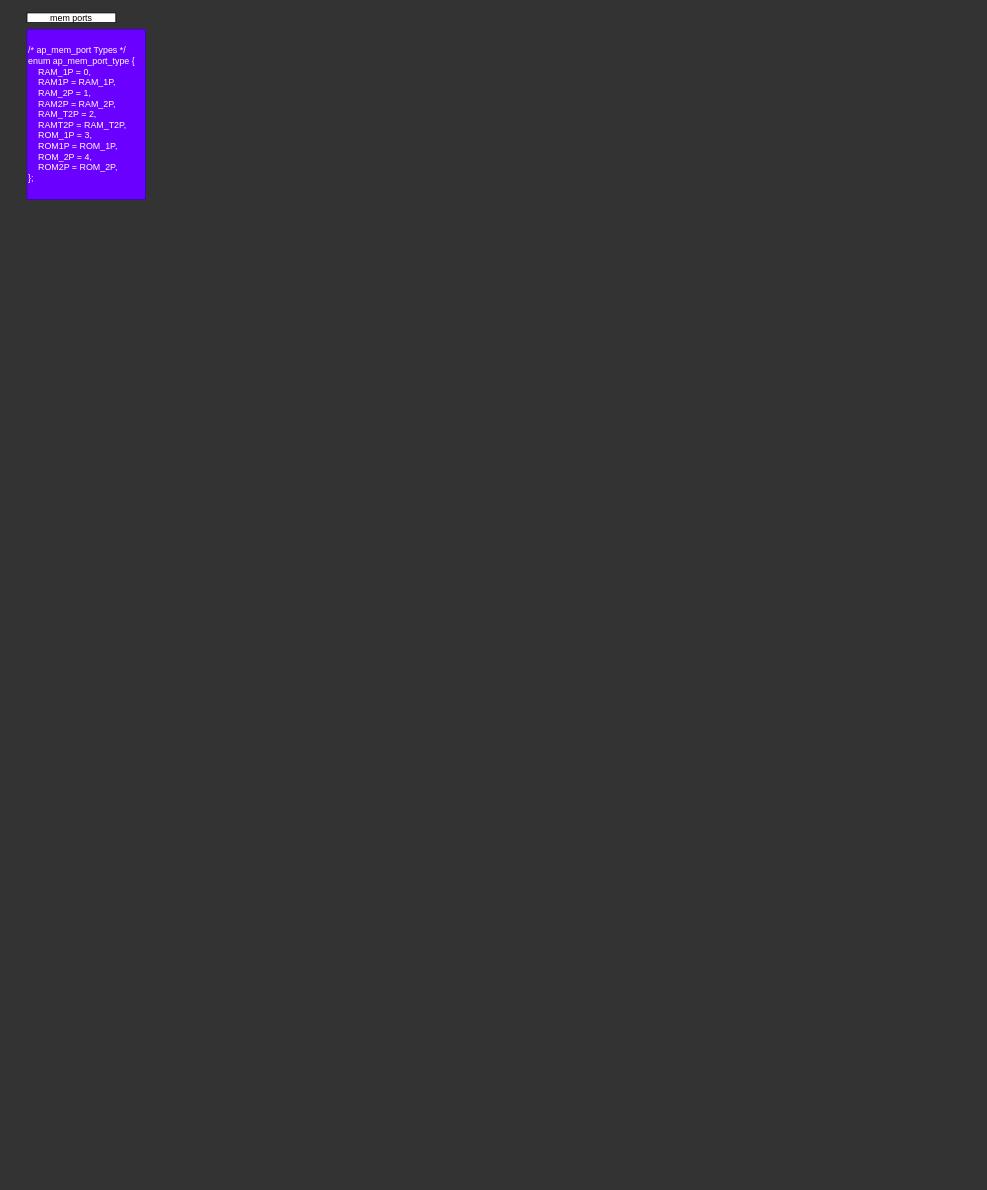
Above: page "ethash_kernel" (1 of 2) of ap_memport.drawio in svija/FPGA_Mining_AWS (draw.io), before the change. Source tidied: cells renumbered, new cells numbered last; positions are measured from the earlier drawing's top-left corner, leaving out a move shared by most shapes. Both pictures are drawn from the tidied source at 74%, with x=0, y=0 at pixel (27, 13).
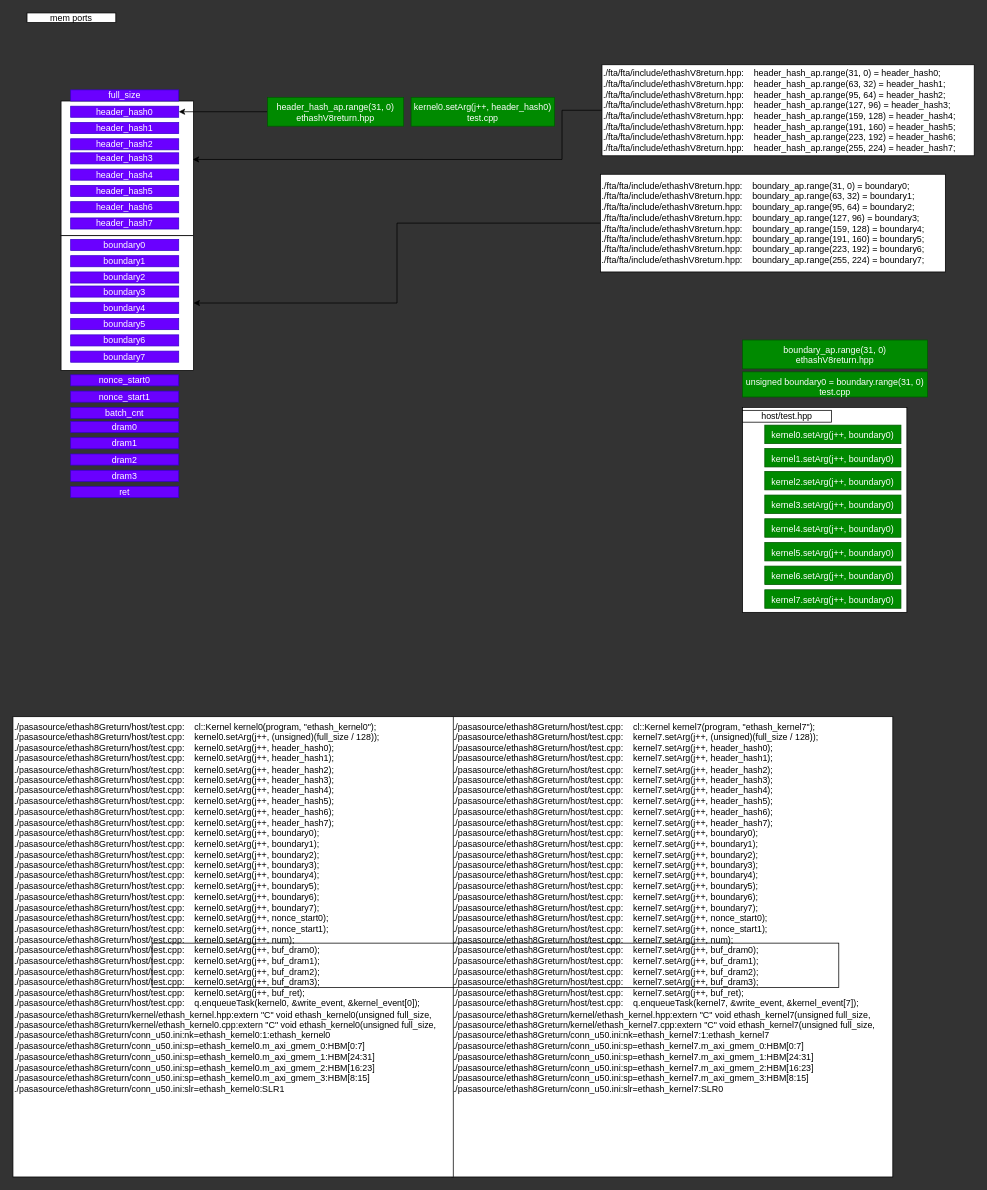
The same diagram, later.

Diff of the diagram source:
```diff
@@
-    <mxCell id="2" value="/* ap_mem_port Types */&lt;br&gt;enum ap_mem_port_type {&lt;br&gt;&amp;nbsp;&amp;nbsp;&amp;nbsp; RAM_1P = 0,&lt;br&gt;&amp;nbsp;&amp;nbsp;&amp;nbsp; RAM1P = RAM_1P,&lt;br&gt;&amp;nbsp;&amp;nbsp;&amp;nbsp; RAM_2P = 1,&lt;br&gt;&amp;nbsp;&amp;nbsp;&amp;nbsp; RAM2P = RAM_2P,&lt;br&gt;&amp;nbsp;&amp;nbsp;&amp;nbsp; RAM_T2P = 2,&lt;br&gt;&amp;nbsp;&amp;nbsp;&amp;nbsp; RAMT2P = RAM_T2P,&lt;br&gt;&amp;nbsp;&amp;nbsp;&amp;nbsp; ROM_1P = 3,&lt;br&gt;&amp;nbsp;&amp;nbsp;&amp;nbsp; ROM1P = ROM_1P,&lt;br&gt;&amp;nbsp;&amp;nbsp;&amp;nbsp; ROM_2P = 4,&lt;br&gt;&amp;nbsp;&amp;nbsp;&amp;nbsp; ROM2P = ROM_2P,&lt;br&gt;};" style="rounded=0;whiteSpace=wrap;html=1;align=left;fillColor=#6a00ff;fontColor=#ffffff;strokeColor=#3700CC;" parent="1" vertex="1">
-      <mxGeometry y="22" width="160" height="230" as="geometry" />
-    </mxCell>
+    <mxCell id="4" style="rounded=0;whiteSpace=wrap;html=1;" parent="1" vertex="1">
+      <mxGeometry x="46" y="119" width="179" height="182" as="geometry" />
+    </mxCell>
+    <mxCell id="5" style="rounded=0;whiteSpace=wrap;html=1;" parent="1" vertex="1">
+      <mxGeometry x="46" y="301" width="179" height="182" as="geometry" />
+    </mxCell>
+    <mxCell id="6" style="rounded=0;whiteSpace=wrap;html=1;" parent="1" vertex="1">
+      <mxGeometry x="967" y="533" width="222" height="277" as="geometry" />
+    </mxCell>
@@
+    <mxCell id="7" value="full_size" style="rounded=0;whiteSpace=wrap;html=1;fillColor=#6a00ff;fontColor=#ffffff;strokeColor=#3700CC;" parent="1" vertex="1">
+      <mxGeometry x="59" y="104" width="146" height="15" as="geometry" />
+    </mxCell>
+    <mxCell id="8" value="header_hash0" style="rounded=0;whiteSpace=wrap;html=1;fillColor=#6a00ff;fontColor=#ffffff;strokeColor=#3700CC;" parent="1" vertex="1">
+      <mxGeometry x="59" y="126" width="146" height="15" as="geometry" />
+    </mxCell>
+    <mxCell id="9" value="header_hash1" style="rounded=0;whiteSpace=wrap;html=1;fillColor=#6a00ff;fontColor=#ffffff;strokeColor=#3700CC;" parent="1" vertex="1">
+      <mxGeometry x="59" y="148" width="146" height="15" as="geometry" />
+    </mxCell>
+    <mxCell id="10" value="header_hash2" style="rounded=0;whiteSpace=wrap;html=1;fillColor=#6a00ff;fontColor=#ffffff;strokeColor=#3700CC;" parent="1" vertex="1">
+      <mxGeometry x="59" y="170" width="146" height="15" as="geometry" />
+    </mxCell>
+    <mxCell id="11" value="header_hash3" style="rounded=0;whiteSpace=wrap;html=1;fillColor=#6a00ff;fontColor=#ffffff;strokeColor=#3700CC;" parent="1" vertex="1">
+      <mxGeometry x="59" y="189" width="146" height="15" as="geometry" />
+    </mxCell>
+    <mxCell id="12" value="header_hash4" style="rounded=0;whiteSpace=wrap;html=1;fillColor=#6a00ff;fontColor=#ffffff;strokeColor=#3700CC;" parent="1" vertex="1">
+      <mxGeometry x="59" y="211" width="146" height="15" as="geometry" />
+    </mxCell>
+    <mxCell id="13" value="header_hash5" style="rounded=0;whiteSpace=wrap;html=1;fillColor=#6a00ff;fontColor=#ffffff;strokeColor=#3700CC;" parent="1" vertex="1">
+      <mxGeometry x="59" y="233" width="146" height="15" as="geometry" />
+    </mxCell>
+    <mxCell id="14" value="header_hash6" style="rounded=0;whiteSpace=wrap;html=1;fillColor=#6a00ff;fontColor=#ffffff;strokeColor=#3700CC;" parent="1" vertex="1">
+      <mxGeometry x="59" y="255" width="146" height="15" as="geometry" />
+    </mxCell>
+    <mxCell id="15" value="header_hash7" style="rounded=0;whiteSpace=wrap;html=1;fillColor=#6a00ff;fontColor=#ffffff;strokeColor=#3700CC;" parent="1" vertex="1">
+      <mxGeometry x="59" y="277" width="146" height="15" as="geometry" />
+    </mxCell>
+    <mxCell id="16" value="boundary0" style="rounded=0;whiteSpace=wrap;html=1;fillColor=#6a00ff;fontColor=#ffffff;strokeColor=#3700CC;" parent="1" vertex="1">
+      <mxGeometry x="59" y="306" width="146" height="15" as="geometry" />
+    </mxCell>
+    <mxCell id="17" value="boundary1" style="rounded=0;whiteSpace=wrap;html=1;fillColor=#6a00ff;fontColor=#ffffff;strokeColor=#3700CC;" parent="1" vertex="1">
+      <mxGeometry x="59" y="328" width="146" height="15" as="geometry" />
+    </mxCell>
+    <mxCell id="18" value="boundary2" style="rounded=0;whiteSpace=wrap;html=1;fillColor=#6a00ff;fontColor=#ffffff;strokeColor=#3700CC;" parent="1" vertex="1">
+      <mxGeometry x="59" y="350" width="146" height="15" as="geometry" />
+    </mxCell>
+    <mxCell id="19" value="boundary3" style="rounded=0;whiteSpace=wrap;html=1;fillColor=#6a00ff;fontColor=#ffffff;strokeColor=#3700CC;" parent="1" vertex="1">
+      <mxGeometry x="59" y="369" width="146" height="15" as="geometry" />
+    </mxCell>
+    <mxCell id="20" value="boundary4" style="rounded=0;whiteSpace=wrap;html=1;fillColor=#6a00ff;fontColor=#ffffff;strokeColor=#3700CC;" parent="1" vertex="1">
+      <mxGeometry x="59" y="391" width="146" height="15" as="geometry" />
+    </mxCell>
+    <mxCell id="21" value="boundary5" style="rounded=0;whiteSpace=wrap;html=1;fillColor=#6a00ff;fontColor=#ffffff;strokeColor=#3700CC;" parent="1" vertex="1">
+      <mxGeometry x="59" y="413" width="146" height="15" as="geometry" />
+    </mxCell>
+    <mxCell id="22" value="boundary6" style="rounded=0;whiteSpace=wrap;html=1;fillColor=#6a00ff;fontColor=#ffffff;strokeColor=#3700CC;" parent="1" vertex="1">
+      <mxGeometry x="59" y="435" width="146" height="15" as="geometry" />
+    </mxCell>
+    <mxCell id="23" value="boundary7" style="rounded=0;whiteSpace=wrap;html=1;fillColor=#6a00ff;fontColor=#ffffff;strokeColor=#3700CC;" parent="1" vertex="1">
+      <mxGeometry x="59" y="457" width="146" height="15" as="geometry" />
+    </mxCell>
+    <mxCell id="24" value="nonce_start0" style="rounded=0;whiteSpace=wrap;html=1;fillColor=#6a00ff;fontColor=#ffffff;strokeColor=#3700CC;" parent="1" vertex="1">
+      <mxGeometry x="59" y="489" width="146" height="15" as="geometry" />
+    </mxCell>
+    <mxCell id="25" value="nonce_start1" style="rounded=0;whiteSpace=wrap;html=1;fillColor=#6a00ff;fontColor=#ffffff;strokeColor=#3700CC;" parent="1" vertex="1">
+      <mxGeometry x="59" y="511" width="146" height="15" as="geometry" />
+    </mxCell>
+    <mxCell id="26" value="batch_cnt" style="rounded=0;whiteSpace=wrap;html=1;fillColor=#6a00ff;fontColor=#ffffff;strokeColor=#3700CC;" parent="1" vertex="1">
+      <mxGeometry x="59" y="533" width="146" height="15" as="geometry" />
+    </mxCell>
+    <mxCell id="27" value="dram0" style="rounded=0;whiteSpace=wrap;html=1;fillColor=#6a00ff;fontColor=#ffffff;strokeColor=#3700CC;" parent="1" vertex="1">
+      <mxGeometry x="59" y="552" width="146" height="15" as="geometry" />
+    </mxCell>
+    <mxCell id="28" value="dram1" style="rounded=0;whiteSpace=wrap;html=1;fillColor=#6a00ff;fontColor=#ffffff;strokeColor=#3700CC;" parent="1" vertex="1">
+      <mxGeometry x="59" y="574" width="146" height="15" as="geometry" />
+    </mxCell>
+    <mxCell id="29" value="dram2" style="rounded=0;whiteSpace=wrap;html=1;fillColor=#6a00ff;fontColor=#ffffff;strokeColor=#3700CC;" parent="1" vertex="1">
+      <mxGeometry x="59" y="596" width="146" height="15" as="geometry" />
+    </mxCell>
+    <mxCell id="30" value="dram3" style="rounded=0;whiteSpace=wrap;html=1;fillColor=#6a00ff;fontColor=#ffffff;strokeColor=#3700CC;" parent="1" vertex="1">
+      <mxGeometry x="59" y="618" width="146" height="15" as="geometry" />
+    </mxCell>
+    <mxCell id="31" value="ret" style="rounded=0;whiteSpace=wrap;html=1;fillColor=#6a00ff;fontColor=#ffffff;strokeColor=#3700CC;" parent="1" vertex="1">
+      <mxGeometry x="59" y="640" width="146" height="15" as="geometry" />
+    </mxCell>
+    <mxCell id="32" style="edgeStyle=orthogonalEdgeStyle;rounded=0;jettySize=auto;html=1;exitX=0;exitY=0.5;exitDx=0;exitDy=0;" parent="1" edge="1" source="33" target="8">
+      <mxGeometry relative="1" as="geometry" />
+    </mxCell>
+    <mxCell id="33" value="&lt;div&gt;header_hash_ap.range(31, 0)&lt;/div&gt;&lt;div&gt;ethashV8return.hpp&lt;br&gt;&lt;/div&gt;" style="rounded=0;whiteSpace=wrap;html=1;fillColor=#008a00;fontColor=#ffffff;strokeColor=#005700;verticalAlign=top;" parent="1" vertex="1">
+      <mxGeometry x="325" y="114" width="184" height="39" as="geometry" />
+    </mxCell>
+    <mxCell id="34" value="&lt;div&gt;kernel0.setArg(j++, header_hash0)&lt;/div&gt;&lt;div&gt;test.cpp&lt;br&gt;&lt;/div&gt;" style="rounded=0;whiteSpace=wrap;html=1;fillColor=#008a00;fontColor=#ffffff;strokeColor=#005700;verticalAlign=top;" parent="1" vertex="1">
+      <mxGeometry x="519" y="114" width="194" height="39" as="geometry" />
+    </mxCell>
+    <mxCell id="35" value="&lt;div&gt;boundary_ap.range(31, 0)&lt;/div&gt;&lt;div&gt;ethashV8return.hpp&lt;br&gt;&lt;/div&gt;" style="rounded=0;whiteSpace=wrap;html=1;fillColor=#008a00;fontColor=#ffffff;strokeColor=#005700;verticalAlign=top;" parent="1" vertex="1">
+      <mxGeometry x="967" y="442" width="250" height="39" as="geometry" />
+    </mxCell>
+    <mxCell id="36" value="kernel0.setArg(j++, boundary0)" style="rounded=0;whiteSpace=wrap;html=1;fillColor=#008a00;fontColor=#ffffff;strokeColor=#005700;verticalAlign=top;" parent="1" vertex="1">
+      <mxGeometry x="997" y="557" width="184" height="25" as="geometry" />
+    </mxCell>
+    <mxCell id="37" value="kernel1.setArg(j++, boundary0)" style="rounded=0;whiteSpace=wrap;html=1;fillColor=#008a00;fontColor=#ffffff;strokeColor=#005700;verticalAlign=top;" parent="1" vertex="1">
+      <mxGeometry x="997" y="588.5" width="184" height="25" as="geometry" />
+    </mxCell>
+    <mxCell id="38" value="kernel2.setArg(j++, boundary0)" style="rounded=0;whiteSpace=wrap;html=1;fillColor=#008a00;fontColor=#ffffff;strokeColor=#005700;verticalAlign=top;" parent="1" vertex="1">
+      <mxGeometry x="997" y="619.5" width="184" height="25" as="geometry" />
+    </mxCell>
+    <mxCell id="39" value="kernel3.setArg(j++, boundary0)" style="rounded=0;whiteSpace=wrap;html=1;fillColor=#008a00;fontColor=#ffffff;strokeColor=#005700;verticalAlign=top;" parent="1" vertex="1">
+      <mxGeometry x="997" y="651.5" width="184" height="25" as="geometry" />
+    </mxCell>
+    <mxCell id="40" value="kernel4.setArg(j++, boundary0)" style="rounded=0;whiteSpace=wrap;html=1;fillColor=#008a00;fontColor=#ffffff;strokeColor=#005700;verticalAlign=top;" parent="1" vertex="1">
+      <mxGeometry x="997" y="683.5" width="184" height="25" as="geometry" />
+    </mxCell>
+    <mxCell id="41" value="kernel5.setArg(j++, boundary0)" style="rounded=0;whiteSpace=wrap;html=1;fillColor=#008a00;fontColor=#ffffff;strokeColor=#005700;verticalAlign=top;" parent="1" vertex="1">
+      <mxGeometry x="997" y="715.5" width="184" height="25" as="geometry" />
+    </mxCell>
+    <mxCell id="42" value="kernel6.setArg(j++, boundary0)" style="rounded=0;whiteSpace=wrap;html=1;fillColor=#008a00;fontColor=#ffffff;strokeColor=#005700;verticalAlign=top;" parent="1" vertex="1">
+      <mxGeometry x="997" y="747.5" width="184" height="25" as="geometry" />
+    </mxCell>
+    <mxCell id="43" value="kernel7.setArg(j++, boundary0)" style="rounded=0;whiteSpace=wrap;html=1;fillColor=#008a00;fontColor=#ffffff;strokeColor=#005700;verticalAlign=top;" parent="1" vertex="1">
+      <mxGeometry x="997" y="779.5" width="184" height="25" as="geometry" />
+    </mxCell>
+    <mxCell id="44" value="host/test.hpp" style="rounded=0;whiteSpace=wrap;html=1;" parent="1" vertex="1">
+      <mxGeometry x="967" y="537" width="120" height="16" as="geometry" />
+    </mxCell>
+    <mxCell id="45" value="&lt;div&gt;unsigned boundary0 = boundary.range(31, 0)&lt;/div&gt;&lt;div&gt;test.cpp&lt;br&gt;&lt;/div&gt;" style="rounded=0;whiteSpace=wrap;html=1;fillColor=#008a00;fontColor=#ffffff;strokeColor=#005700;verticalAlign=top;" parent="1" vertex="1">
+      <mxGeometry x="967" y="485" width="250" height="34" as="geometry" />
+    </mxCell>
+    <mxCell id="46" style="edgeStyle=orthogonalEdgeStyle;rounded=0;jettySize=auto;html=1;exitX=0;exitY=0.5;exitDx=0;exitDy=0;entryX=0.994;entryY=0.434;entryDx=0;entryDy=0;entryPerimeter=0;" parent="1" edge="1" source="47" target="4">
+      <mxGeometry relative="1" as="geometry">
+        <Array as="points">
+          <mxPoint x="723" y="132" />
+          <mxPoint x="723" y="198" />
+        </Array>
+      </mxGeometry>
+    </mxCell>
+    <mxCell id="47" value="./fta/fta/include/ethashV8return.hpp:&amp;nbsp;&amp;nbsp;&amp;nbsp; header_hash_ap.range(31, 0) = header_hash0;&lt;br&gt;./fta/fta/include/ethashV8return.hpp:&amp;nbsp;&amp;nbsp;&amp;nbsp; header_hash_ap.range(63, 32) = header_hash1;&lt;br&gt;./fta/fta/include/ethashV8return.hpp:&amp;nbsp;&amp;nbsp;&amp;nbsp; header_hash_ap.range(95, 64) = header_hash2;&lt;br&gt;./fta/fta/include/ethashV8return.hpp:&amp;nbsp;&amp;nbsp;&amp;nbsp; header_hash_ap.range(127, 96) = header_hash3;&lt;br&gt;./fta/fta/include/ethashV8return.hpp:&amp;nbsp;&amp;nbsp;&amp;nbsp; header_hash_ap.range(159, 128) = header_hash4;&lt;br&gt;./fta/fta/include/ethashV8return.hpp:&amp;nbsp;&amp;nbsp;&amp;nbsp; header_hash_ap.range(191, 160) = header_hash5;&lt;br&gt;./fta/fta/include/ethashV8return.hpp:&amp;nbsp;&amp;nbsp;&amp;nbsp; header_hash_ap.range(223, 192) = header_hash6;&lt;br&gt;./fta/fta/include/ethashV8return.hpp:&amp;nbsp;&amp;nbsp;&amp;nbsp; header_hash_ap.range(255, 224) = header_hash7;" style="rounded=0;whiteSpace=wrap;html=1;align=left;" parent="1" vertex="1">
+      <mxGeometry x="777" y="70" width="503" height="123" as="geometry" />
+    </mxCell>
+    <mxCell id="48" style="edgeStyle=orthogonalEdgeStyle;rounded=0;jettySize=auto;html=1;exitX=0;exitY=0.5;exitDx=0;exitDy=0;" parent="1" edge="1" source="49" target="5">
+      <mxGeometry relative="1" as="geometry" />
+    </mxCell>
+    <mxCell id="49" value="./fta/fta/include/ethashV8return.hpp:&amp;nbsp;&amp;nbsp;&amp;nbsp; boundary_ap.range(31, 0) = boundary0;&lt;br&gt;./fta/fta/include/ethashV8return.hpp:&amp;nbsp;&amp;nbsp;&amp;nbsp; boundary_ap.range(63, 32) = boundary1;&lt;br&gt;./fta/fta/include/ethashV8return.hpp:&amp;nbsp;&amp;nbsp;&amp;nbsp; boundary_ap.range(95, 64) = boundary2;&lt;br&gt;./fta/fta/include/ethashV8return.hpp:&amp;nbsp;&amp;nbsp;&amp;nbsp; boundary_ap.range(127, 96) = boundary3;&lt;br&gt;./fta/fta/include/ethashV8return.hpp:&amp;nbsp;&amp;nbsp;&amp;nbsp; boundary_ap.range(159, 128) = boundary4;&lt;br&gt;./fta/fta/include/ethashV8return.hpp:&amp;nbsp;&amp;nbsp;&amp;nbsp; boundary_ap.range(191, 160) = boundary5;&lt;br&gt;./fta/fta/include/ethashV8return.hpp:&amp;nbsp;&amp;nbsp;&amp;nbsp; boundary_ap.range(223, 192) = boundary6;&lt;br&gt;./fta/fta/include/ethashV8return.hpp:&amp;nbsp;&amp;nbsp;&amp;nbsp; boundary_ap.range(255, 224) = boundary7;" style="rounded=0;whiteSpace=wrap;html=1;align=left;" parent="1" vertex="1">
+      <mxGeometry x="775" y="218" width="466" height="132" as="geometry" />
+    </mxCell>
+    <mxCell id="50" value="./pasasource/ethash8Greturn/host/test.cpp:&amp;nbsp;&amp;nbsp;&amp;nbsp; cl::Kernel kernel7(program, &quot;ethash_kernel7&quot;);&lt;br&gt;./pasasource/ethash8Greturn/host/test.cpp:&amp;nbsp;&amp;nbsp;&amp;nbsp; kernel7.setArg(j++, (unsigned)(full_size / 128));&lt;br&gt;./pasasource/ethash8Greturn/host/test.cpp:&amp;nbsp;&amp;nbsp;&amp;nbsp; kernel7.setArg(j++, header_hash0);&lt;br&gt;./pasasource/ethash8Greturn/host/test.cpp:&amp;nbsp;&amp;nbsp;&amp;nbsp; kernel7.setArg(j++, header_hash1);&lt;br&gt;./pasasource/ethash8Greturn/host/test.cpp:&amp;nbsp;&amp;nbsp;&amp;nbsp; kernel7.setArg(j++, header_hash2);&lt;br&gt;./pasasource/ethash8Greturn/host/test.cpp:&amp;nbsp;&amp;nbsp;&amp;nbsp; kernel7.setArg(j++, header_hash3);&lt;br&gt;./pasasource/ethash8Greturn/host/test.cpp:&amp;nbsp;&amp;nbsp;&amp;nbsp; kernel7.setArg(j++, header_hash4);&lt;br&gt;./pasasource/ethash8Greturn/host/test.cpp:&amp;nbsp;&amp;nbsp;&amp;nbsp; kernel7.setArg(j++, header_hash5);&lt;br&gt;./pasasource/ethash8Greturn/host/test.cpp:&amp;nbsp;&amp;nbsp;&amp;nbsp; kernel7.setArg(j++, header_hash6);&lt;br&gt;./pasasource/ethash8Greturn/host/test.cpp:&amp;nbsp;&amp;nbsp;&amp;nbsp; kernel7.setArg(j++, header_hash7);&lt;br&gt;./pasasource/ethash8Greturn/host/test.cpp:&amp;nbsp;&amp;nbsp;&amp;nbsp; kernel7.setArg(j++, boundary0);&lt;br&gt;./pasasource/ethash8Greturn/host/test.cpp:&amp;nbsp;&amp;nbsp;&amp;nbsp; kernel7.setArg(j++, boundary1);&lt;br&gt;./pasasource/ethash8Greturn/host/test.cpp:&amp;nbsp;&amp;nbsp;&amp;nbsp; kernel7.setArg(j++, boundary2);&lt;br&gt;./pasasource/ethash8Greturn/host/test.cpp:&amp;nbsp;&amp;nbsp;&amp;nbsp; kernel7.setArg(j++, boundary3);&lt;br&gt;./pasasource/ethash8Greturn/host/test.cpp:&amp;nbsp;&amp;nbsp;&amp;nbsp; kernel7.setArg(j++, boundary4);&lt;br&gt;./pasasource/ethash8Greturn/host/test.cpp:&amp;nbsp;&amp;nbsp;&amp;nbsp; kernel7.setArg(j++, boundary5);&lt;br&gt;./pasasource/ethash8Greturn/host/test.cpp:&amp;nbsp;&amp;nbsp;&amp;nbsp; kernel7.setArg(j++, boundary6);&lt;br&gt;./pasasource/ethash8Greturn/host/test.cpp:&amp;nbsp;&amp;nbsp;&amp;nbsp; kernel7.setArg(j++, boundary7);&lt;br&gt;./pasasource/ethash8Greturn/host/test.cpp:&amp;nbsp;&amp;nbsp;&amp;nbsp; kernel7.setArg(j++, nonce_start0);&lt;br&gt;./pasasource/ethash8Greturn/host/test.cpp:&amp;nbsp;&amp;nbsp;&amp;nbsp; kernel7.setArg(j++, nonce_start1);&lt;br&gt;./pasasource/ethash8Greturn/host/test.cpp:&amp;nbsp;&amp;nbsp;&amp;nbsp; kernel7.setArg(j++, num);&lt;br&gt;./pasasource/ethash8Greturn/host/test.cpp:&amp;nbsp;&amp;nbsp;&amp;nbsp; kernel7.setArg(j++, buf_dram0);&lt;br&gt;./pasasource/ethash8Greturn/host/test.cpp:&amp;nbsp;&amp;nbsp;&amp;nbsp; kernel7.setArg(j++, buf_dram1);&lt;br&gt;./pasasource/ethash8Greturn/host/test.cpp:&amp;nbsp;&amp;nbsp;&amp;nbsp; kernel7.setArg(j++, buf_dram2);&lt;br&gt;./pasasource/ethash8Greturn/host/test.cpp:&amp;nbsp;&amp;nbsp;&amp;nbsp; kernel7.setArg(j++, buf_dram3);&lt;br&gt;./pasasource/ethash8Greturn/host/test.cpp:&amp;nbsp;&amp;nbsp;&amp;nbsp; kernel7.setArg(j++, buf_ret);&lt;br&gt;./pasasource/ethash8Greturn/host/test.cpp:&amp;nbsp;&amp;nbsp;&amp;nbsp; q.enqueueTask(kernel7, &amp;amp;write_event, &amp;amp;kernel_event[7]);&lt;br&gt;./pasasource/ethash8Greturn/kernel/ethash_kernel.hpp:extern &quot;C&quot; void ethash_kernel7(unsigned full_size,&lt;br&gt;./pasasource/ethash8Greturn/kernel/ethash_kernel7.cpp:extern &quot;C&quot; void ethash_kernel7(unsigned full_size,&lt;br&gt;./pasasource/ethash8Greturn/conn_u50.ini:nk=ethash_kernel7:1:ethash_kernel7&lt;br&gt;./pasasource/ethash8Greturn/conn_u50.ini:sp=ethash_kernel7.m_axi_gmem_0:HBM[0:7]&lt;br&gt;./pasasource/ethash8Greturn/conn_u50.ini:sp=ethash_kernel7.m_axi_gmem_1:HBM[24:31]&lt;br&gt;./pasasource/ethash8Greturn/conn_u50.ini:sp=ethash_kernel7.m_axi_gmem_2:HBM[16:23]&lt;br&gt;./pasasource/ethash8Greturn/conn_u50.ini:sp=ethash_kernel7.m_axi_gmem_3:HBM[8:15]&lt;br&gt;./pasasource/ethash8Greturn/conn_u50.ini:slr=ethash_kernel7:SLR0&lt;br&gt;" style="rounded=0;whiteSpace=wrap;html=1;align=left;verticalAlign=top;" parent="1" vertex="1">
+      <mxGeometry x="574" y="951" width="596" height="622" as="geometry" />
+    </mxCell>
+    <mxCell id="51" value="./pasasource/ethash8Greturn/host/test.cpp:&amp;nbsp;&amp;nbsp;&amp;nbsp; cl::Kernel kernel0(program, &quot;ethash_kernel0&quot;);&lt;br&gt;./pasasource/ethash8Greturn/host/test.cpp:&amp;nbsp;&amp;nbsp;&amp;nbsp; kernel0.setArg(j++, (unsigned)(full_size / 128));&lt;br&gt;./pasasource/ethash8Greturn/host/test.cpp:&amp;nbsp;&amp;nbsp;&amp;nbsp; kernel0.setArg(j++, header_hash0);&lt;br&gt;./pasasource/ethash8Greturn/host/test.cpp:&amp;nbsp;&amp;nbsp;&amp;nbsp; kernel0.setArg(j++, header_hash1);&lt;br&gt;./pasasource/ethash8Greturn/host/test.cpp:&amp;nbsp;&amp;nbsp;&amp;nbsp; kernel0.setArg(j++, header_hash2);&lt;br&gt;./pasasource/ethash8Greturn/host/test.cpp:&amp;nbsp;&amp;nbsp;&amp;nbsp; kernel0.setArg(j++, header_hash3);&lt;br&gt;./pasasource/ethash8Greturn/host/test.cpp:&amp;nbsp;&amp;nbsp;&amp;nbsp; kernel0.setArg(j++, header_hash4);&lt;br&gt;./pasasource/ethash8Greturn/host/test.cpp:&amp;nbsp;&amp;nbsp;&amp;nbsp; kernel0.setArg(j++, header_hash5);&lt;br&gt;./pasasource/ethash8Greturn/host/test.cpp:&amp;nbsp;&amp;nbsp;&amp;nbsp; kernel0.setArg(j++, header_hash6);&lt;br&gt;./pasasource/ethash8Greturn/host/test.cpp:&amp;nbsp;&amp;nbsp;&amp;nbsp; kernel0.setArg(j++, header_hash7);&lt;br&gt;./pasasource/ethash8Greturn/host/test.cpp:&amp;nbsp;&amp;nbsp;&amp;nbsp; kernel0.setArg(j++, boundary0);&lt;br&gt;./pasasource/ethash8Greturn/host/test.cpp:&amp;nbsp;&amp;nbsp;&amp;nbsp; kernel0.setArg(j++, boundary1);&lt;br&gt;./pasasource/ethash8Greturn/host/test.cpp:&amp;nbsp;&amp;nbsp;&amp;nbsp; kernel0.setArg(j++, boundary2);&lt;br&gt;./pasasource/ethash8Greturn/host/test.cpp:&amp;nbsp;&amp;nbsp;&amp;nbsp; kernel0.setArg(j++, boundary3);&lt;br&gt;./pasasource/ethash8Greturn/host/test.cpp:&amp;nbsp;&amp;nbsp;&amp;nbsp; kernel0.setArg(j++, boundary4);&lt;br&gt;./pasasource/ethash8Greturn/host/test.cpp:&amp;nbsp;&amp;nbsp;&amp;nbsp; kernel0.setArg(j++, boundary5);&lt;br&gt;./pasasource/ethash8Greturn/host/test.cpp:&amp;nbsp;&amp;nbsp;&amp;nbsp; kernel0.setArg(j++, boundary6);&lt;br&gt;./pasasource/ethash8Greturn/host/test.cpp:&amp;nbsp;&amp;nbsp;&amp;nbsp; kernel0.setArg(j++, boundary7);&lt;br&gt;./pasasource/ethash8Greturn/host/test.cpp:&amp;nbsp;&amp;nbsp;&amp;nbsp; kernel0.setArg(j++, nonce_start0);&lt;br&gt;./pasasource/ethash8Greturn/host/test.cpp:&amp;nbsp;&amp;nbsp;&amp;nbsp; kernel0.setArg(j++, nonce_start1);&lt;br&gt;./pasasource/ethash8Greturn/host/test.cpp:&amp;nbsp;&amp;nbsp;&amp;nbsp; kernel0.setArg(j++, num);&lt;br&gt;./pasasource/ethash8Greturn/host/test.cpp:&amp;nbsp;&amp;nbsp;&amp;nbsp; kernel0.setArg(j++, buf_dram0);&lt;br&gt;./pasasource/ethash8Greturn/host/test.cpp:&amp;nbsp;&amp;nbsp;&amp;nbsp; kernel0.setArg(j++, buf_dram1);&lt;br&gt;./pasasource/ethash8Greturn/host/test.cpp:&amp;nbsp;&amp;nbsp;&amp;nbsp; kernel0.setArg(j++, buf_dram2);&lt;br&gt;./pasasource/ethash8Greturn/host/test.cpp:&amp;nbsp;&amp;nbsp;&amp;nbsp; kernel0.setArg(j++, buf_dram3);&lt;br&gt;./pasasource/ethash8Greturn/host/test.cpp:&amp;nbsp;&amp;nbsp;&amp;nbsp; kernel0.setArg(j++, buf_ret);&lt;br&gt;./pasasource/ethash8Greturn/host/test.cpp:&amp;nbsp;&amp;nbsp;&amp;nbsp; q.enqueueTask(kernel0, &amp;amp;write_event, &amp;amp;kernel_event[0]);&lt;br&gt;./pasasource/ethash8Greturn/kernel/ethash_kernel.hpp:extern &quot;C&quot; void ethash_kernel0(unsigned full_size,&lt;br&gt;./pasasource/ethash8Greturn/kernel/ethash_kernel0.cpp:extern &quot;C&quot; void ethash_kernel0(unsigned full_size,&lt;br&gt;./pasasource/ethash8Greturn/conn_u50.ini:nk=ethash_kernel0:1:ethash_kernel0&lt;br&gt;./pasasource/ethash8Greturn/conn_u50.ini:sp=ethash_kernel0.m_axi_gmem_0:HBM[0:7]&lt;br&gt;./pasasource/ethash8Greturn/conn_u50.ini:sp=ethash_kernel0.m_axi_gmem_1:HBM[24:31]&lt;br&gt;./pasasource/ethash8Greturn/conn_u50.ini:sp=ethash_kernel0.m_axi_gmem_2:HBM[16:23]&lt;br&gt;./pasasource/ethash8Greturn/conn_u50.ini:sp=ethash_kernel0.m_axi_gmem_3:HBM[8:15]&lt;br&gt;./pasasource/ethash8Greturn/conn_u50.ini:slr=ethash_kernel0:SLR1" style="rounded=0;whiteSpace=wrap;html=1;align=left;verticalAlign=top;" parent="1" vertex="1">
+      <mxGeometry x="-19" y="951" width="595" height="622" as="geometry" />
+    </mxCell>
+    <mxCell id="52" style="rounded=0;whiteSpace=wrap;html=1;fillColor=none;" parent="1" vertex="1">
+      <mxGeometry x="169" y="1257" width="928" height="60" as="geometry" />
+    </mxCell>
```
